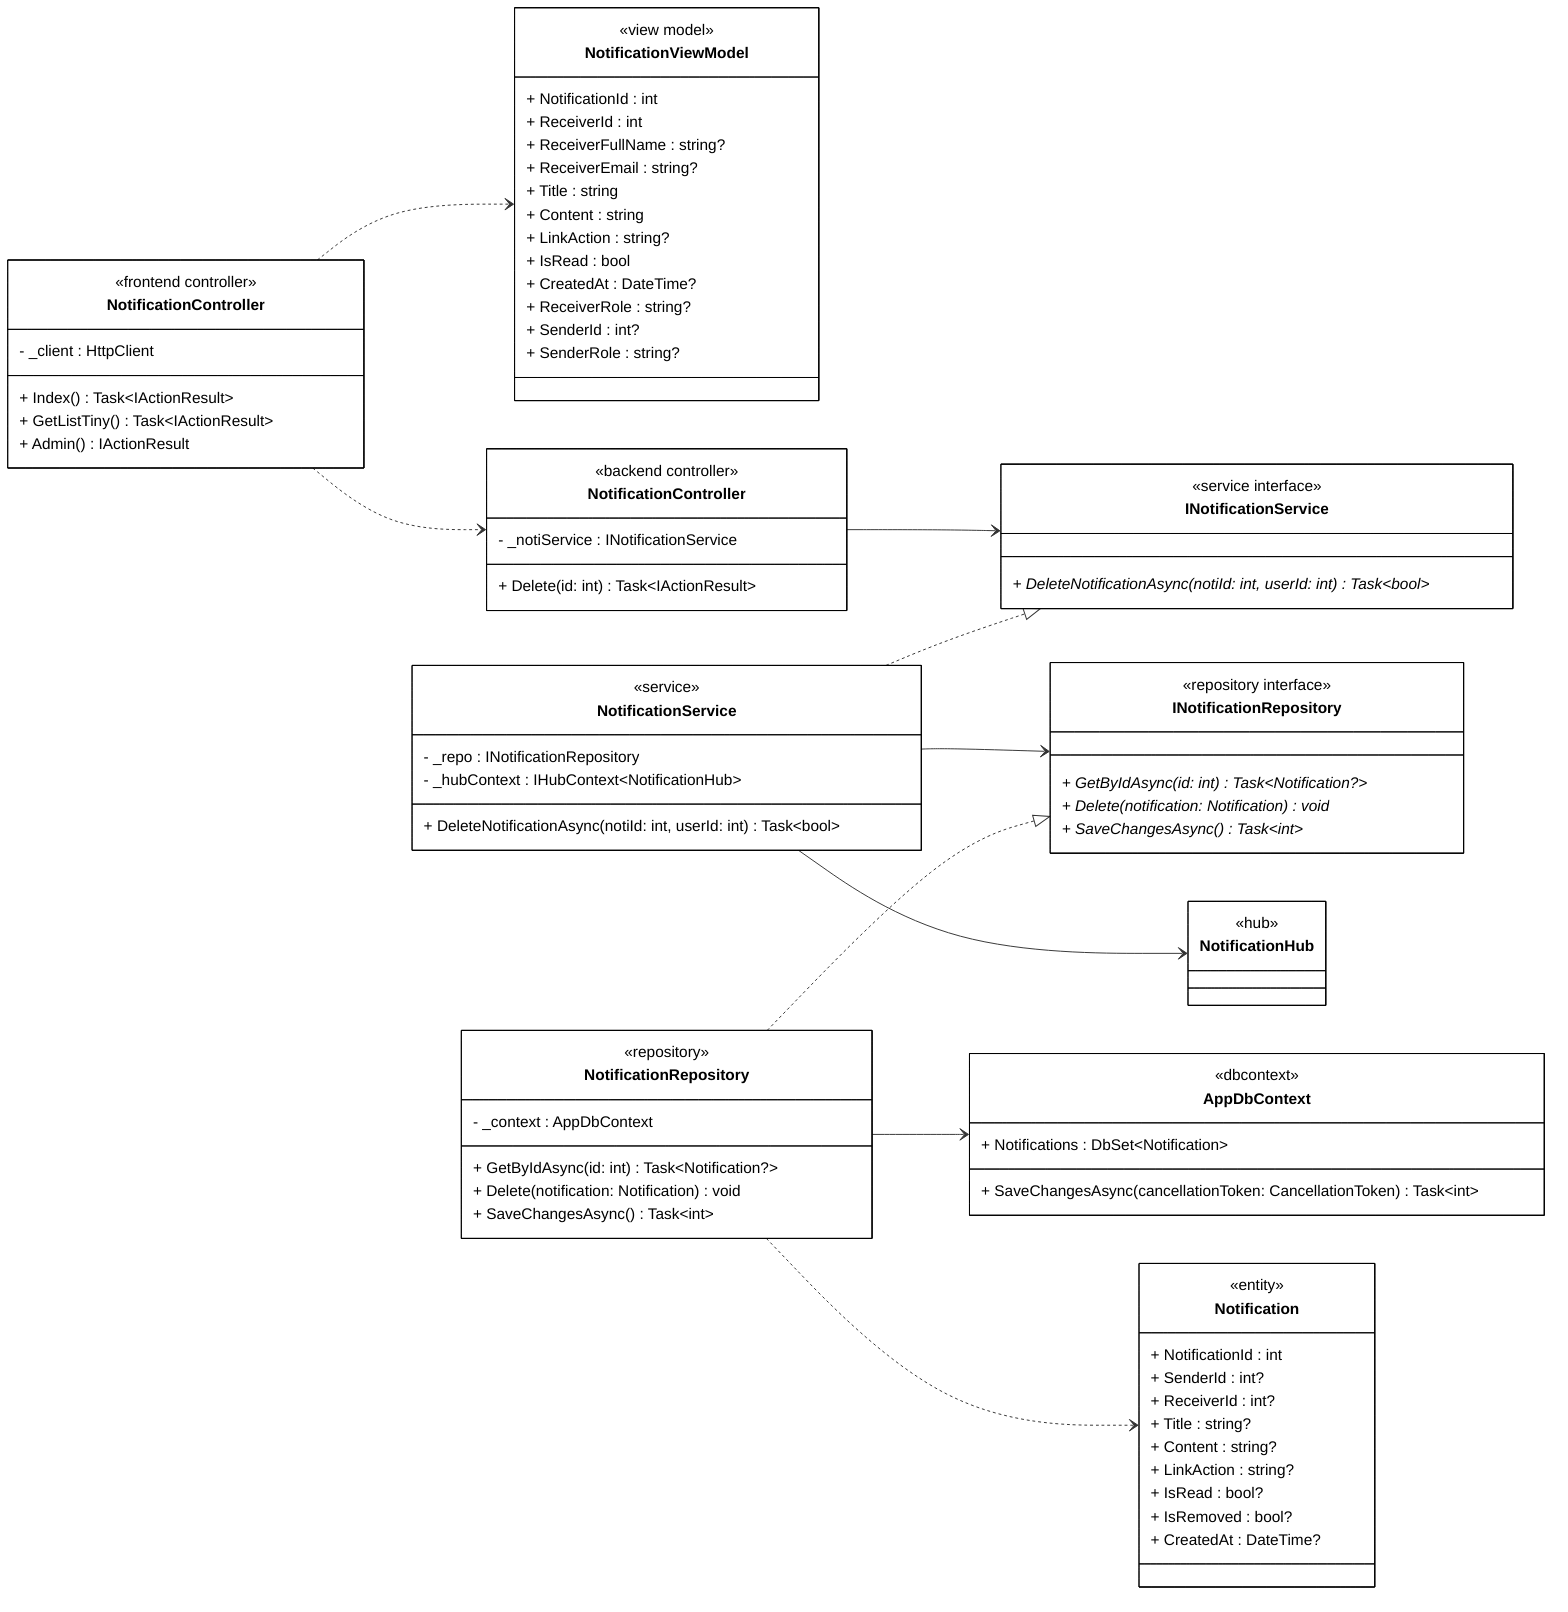
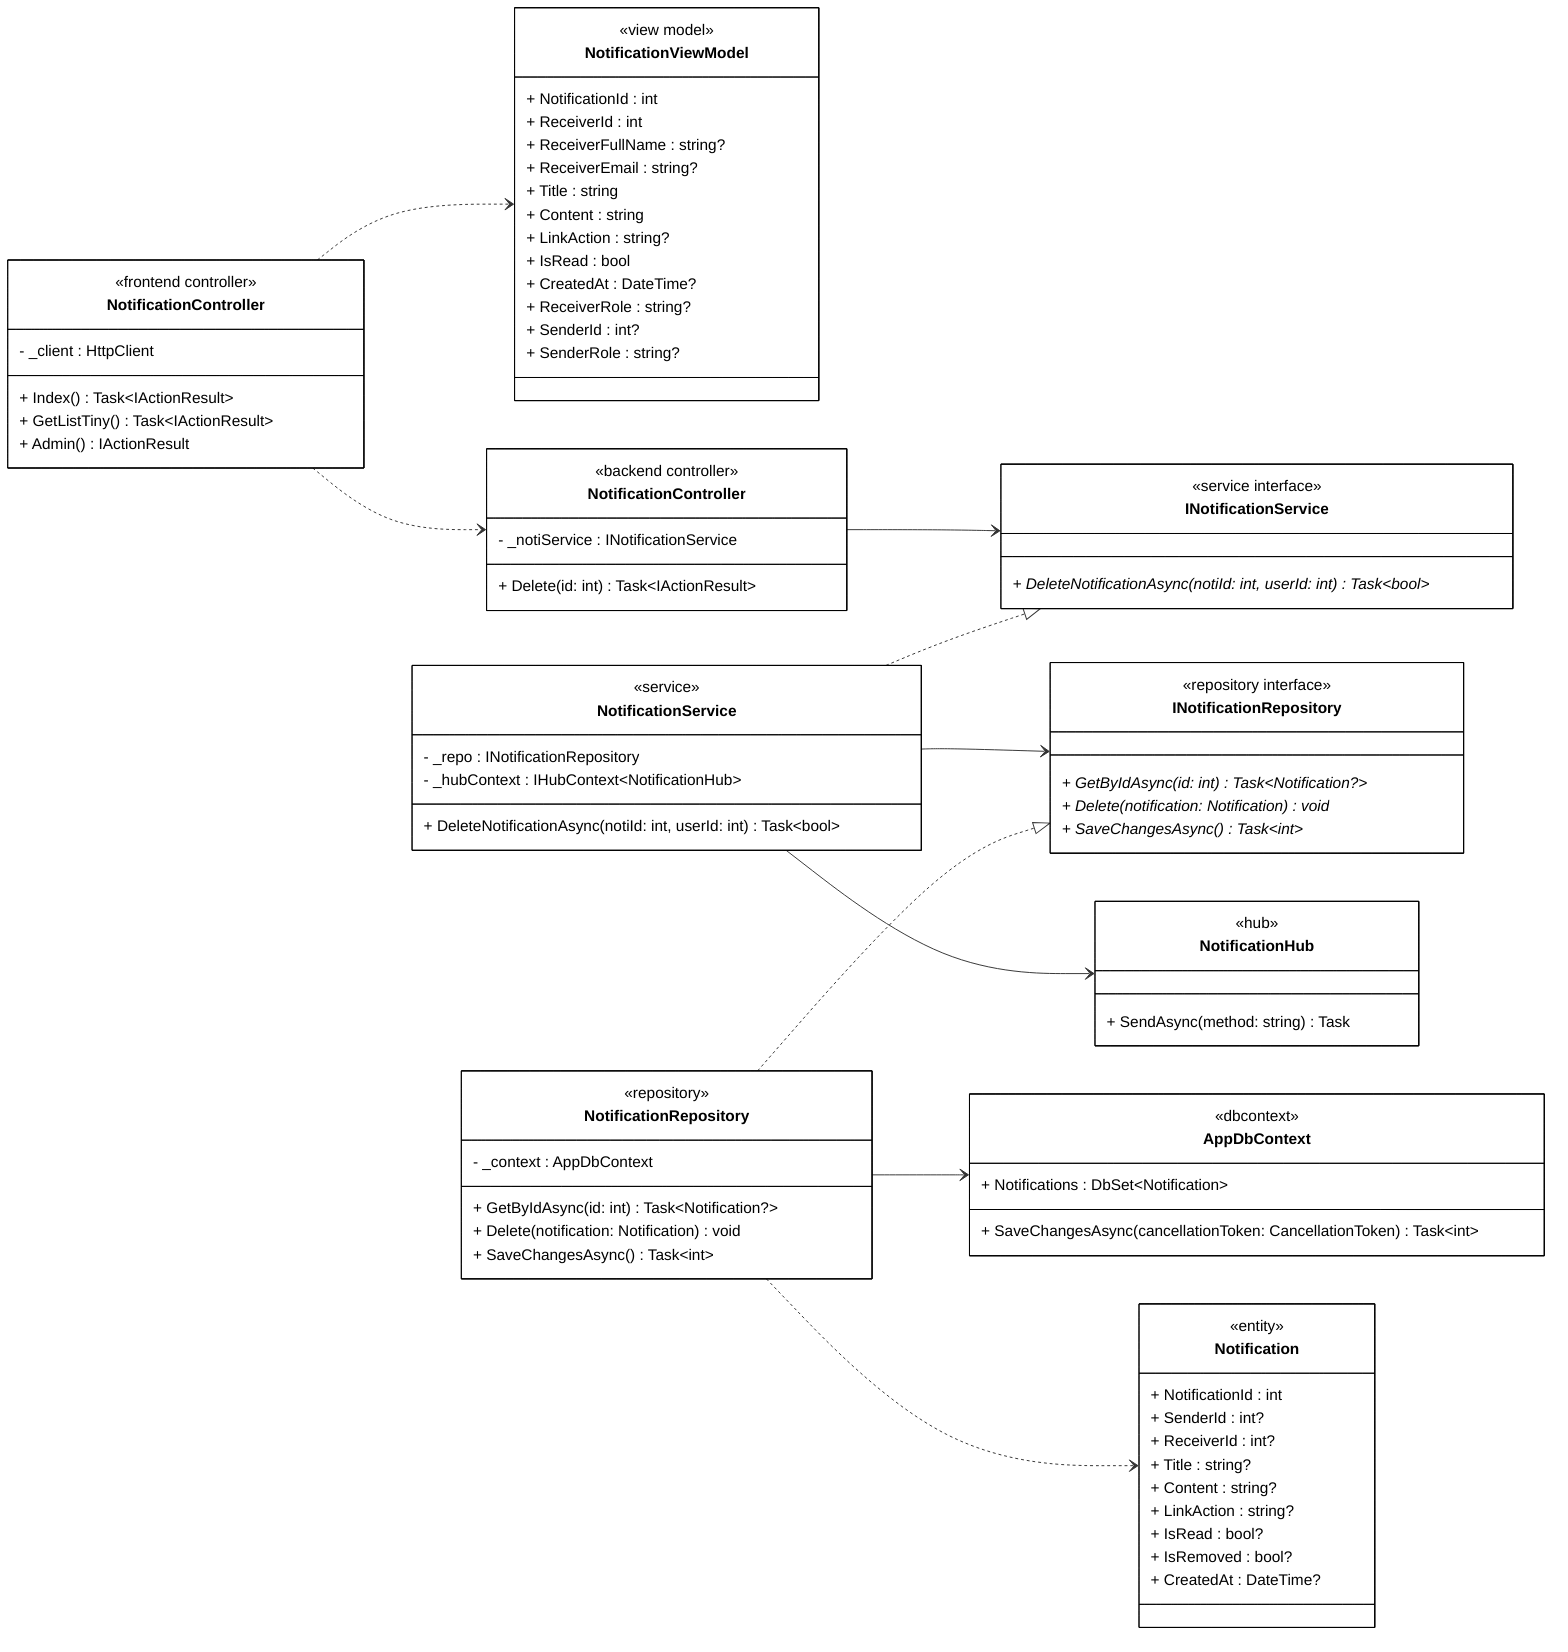
classDiagram
direction LR

%% ==================== FRONTEND ====================

class FrontendController["NotificationController"] {
    <<frontend controller>>
    - _client : HttpClient
    + Index() Task~IActionResult~
    + GetListTiny() Task~IActionResult~
    + Admin() IActionResult
}

class NotificationViewModel {
    <<view model>>
    + NotificationId : int
    + ReceiverId : int
    + ReceiverFullName : string?
    + ReceiverEmail : string?
    + Title : string
    + Content : string
    + LinkAction : string?
    + IsRead : bool
    + CreatedAt : DateTime?
    + ReceiverRole : string?
    + SenderId : int?
    + SenderRole : string?
}

%% ==================== BACKEND - CONTROLLER ====================

class BackendController["NotificationController"] {
    <<backend controller>>
    - _notiService : INotificationService
    + Delete(id: int) Task~IActionResult~
}

%% ==================== BACKEND - DOMAIN ENTITIES ====================

class Notification {
    <<entity>>
    + NotificationId : int
    + SenderId : int?
    + ReceiverId : int?
    + Title : string?
    + Content : string?
    + LinkAction : string?
    + IsRead : bool?
    + IsRemoved : bool?
    + CreatedAt : DateTime?
}

%% ==================== BACKEND - SERVICE INTERFACES ====================

class INotificationService {
    <<service interface>>
    + DeleteNotificationAsync(notiId: int, userId: int) Task~bool~ *
}

%% ==================== BACKEND - REPOSITORY INTERFACES ====================

class INotificationRepository {
    <<repository interface>>
    + GetByIdAsync(id: int) Task~Notification?~ *
    + Delete(notification: Notification) void *
    + SaveChangesAsync() Task~int~ *
}

%% ==================== BACKEND - SERVICE IMPLEMENTATION ====================

class NotificationService {
    <<service>>
    - _repo : INotificationRepository
    - _hubContext : IHubContext~NotificationHub~
    + DeleteNotificationAsync(notiId: int, userId: int) Task~bool~
}

%% ==================== BACKEND - REPOSITORY IMPLEMENTATION ====================

class NotificationRepository {
    <<repository>>
    - _context : AppDbContext
    + GetByIdAsync(id: int) Task~Notification?~
    + Delete(notification: Notification) void
    + SaveChangesAsync() Task~int~
}

%% ==================== BACKEND - DbContext ====================

class AppDbContext {
    <<dbcontext>>
    + Notifications : DbSet~Notification~
    + SaveChangesAsync(cancellationToken: CancellationToken) Task~int~
}

%% ==================== BACKEND - HUBS ====================

class NotificationHub {
    <<hub>>
+     + SendAsync(method: string) Task
}

%% ==================== RELATIONSHIPS ====================

%% === UNIDIRECTIONAL ASSOCIATION ===
BackendController --> INotificationService
NotificationService --> INotificationRepository
NotificationRepository --> AppDbContext
NotificationService --> NotificationHub

%% === INTERFACE REALIZATION ===
NotificationService ..|> INotificationService
NotificationRepository ..|> INotificationRepository

%% === DEPENDENCY ===
FrontendController ..> BackendController
FrontendController ..> NotificationViewModel
NotificationRepository ..> Notification

%% ==================== STYLES ====================

classDef default fill:#FFFFFF,stroke:#000000,stroke-width:1px,color:#000000
